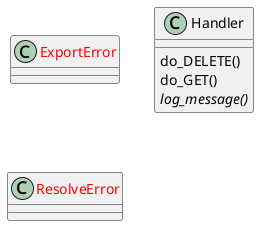
Earlier version of the PlantUML export docs/diagrams/python-classes.puml.png (casonk/pit-box).
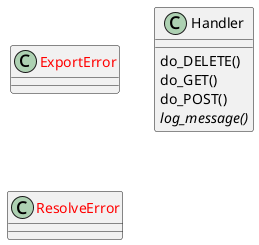
After the commit.

What changed in the source:
```diff
@@ -5,6 +5,7 @@
 class "Handler" as pit_box_api.Handler {
   do_DELETE()
   do_GET()
+  do_POST()
   {abstract}log_message()
 }
 class "<color:red>ResolveError</color>" as resolve_remote_desktop_password.ResolveError {
```
